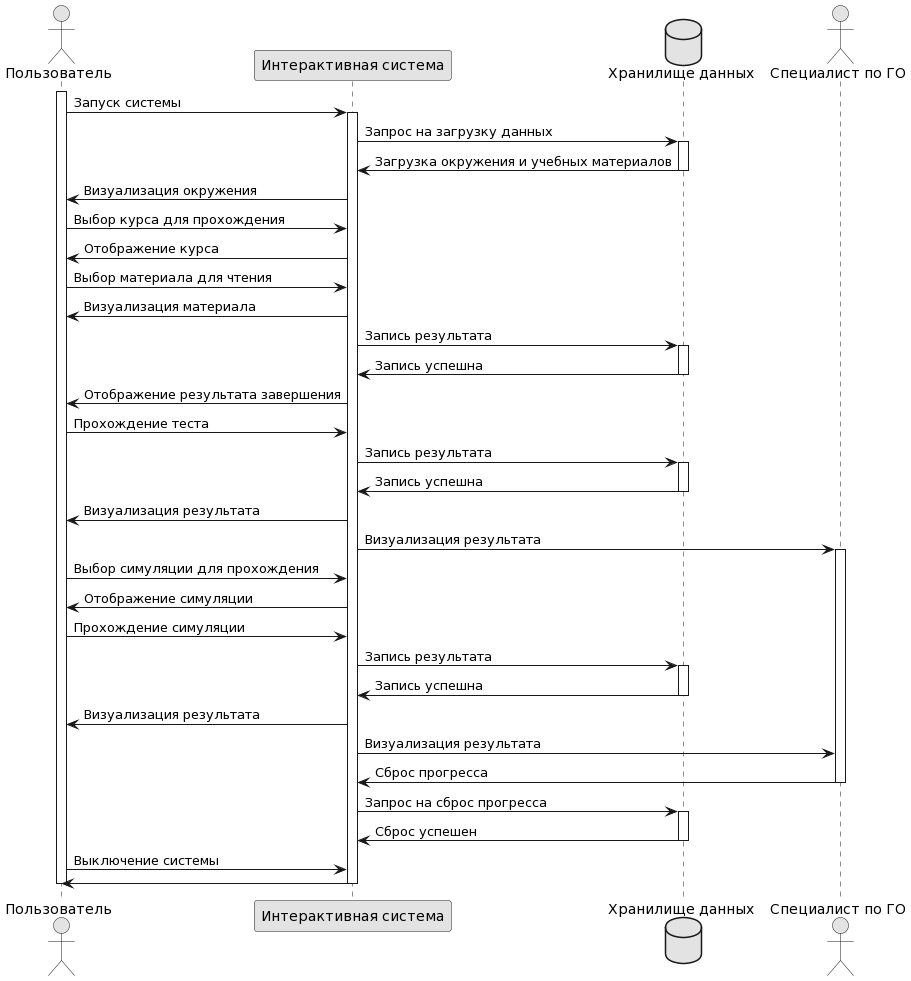
Earlier version of the PlantUML export Курсовой проект/Sequence.png (Allyxan/allyxan.github.io). The source it was exported from:
```plantuml
@startuml
skinparam monochrome true

actor Пользователь as user
participant "Интерактивная система" as ISO
database "Хранилище данных" as bd
actor "Специалист по ГО" as specialist

activate user

user -> ISO: Запуск системы
activate ISO
ISO -> bd: Запрос на загрузку данных
activate bd
bd -> ISO: Загрузка окружения и учебных материалов
deactivate bd
ISO -> user: Визуализация окружения
user -> ISO: Выбор курса для прохождения
ISO -> user: Отображение курса
user -> ISO: Выбор материала для чтения
ISO -> user: Визуализация материала
ISO -> bd: Запись результата
activate bd
bd -> ISO: Запись успешна
deactivate bd
ISO -> user: Отображение результата завершения
user -> ISO: Прохождение теста
ISO -> bd: Запись результата
activate bd
bd -> ISO: Запись успешна
deactivate bd
ISO -> user: Визуализация результата
ISO -> specialist: Визуализация результата
activate specialist
user -> ISO: Выбор симуляции для прохождения
ISO -> user: Отображение симуляции
user -> ISO: Прохождение симуляции
ISO -> bd: Запись результата
activate bd
bd -> ISO: Запись успешна
deactivate bd
ISO -> user: Визуализация результата
ISO -> specialist: Визуализация результата
specialist -> ISO: Сброс прогресса
deactivate specialist
ISO -> bd: Запрос на сброс прогресса
activate bd
bd -> ISO: Сброс успешен
deactivate bd
user -> ISO: Выключение системы
ISO -> user
deactivate ISO
deactivate user
@enduml
```
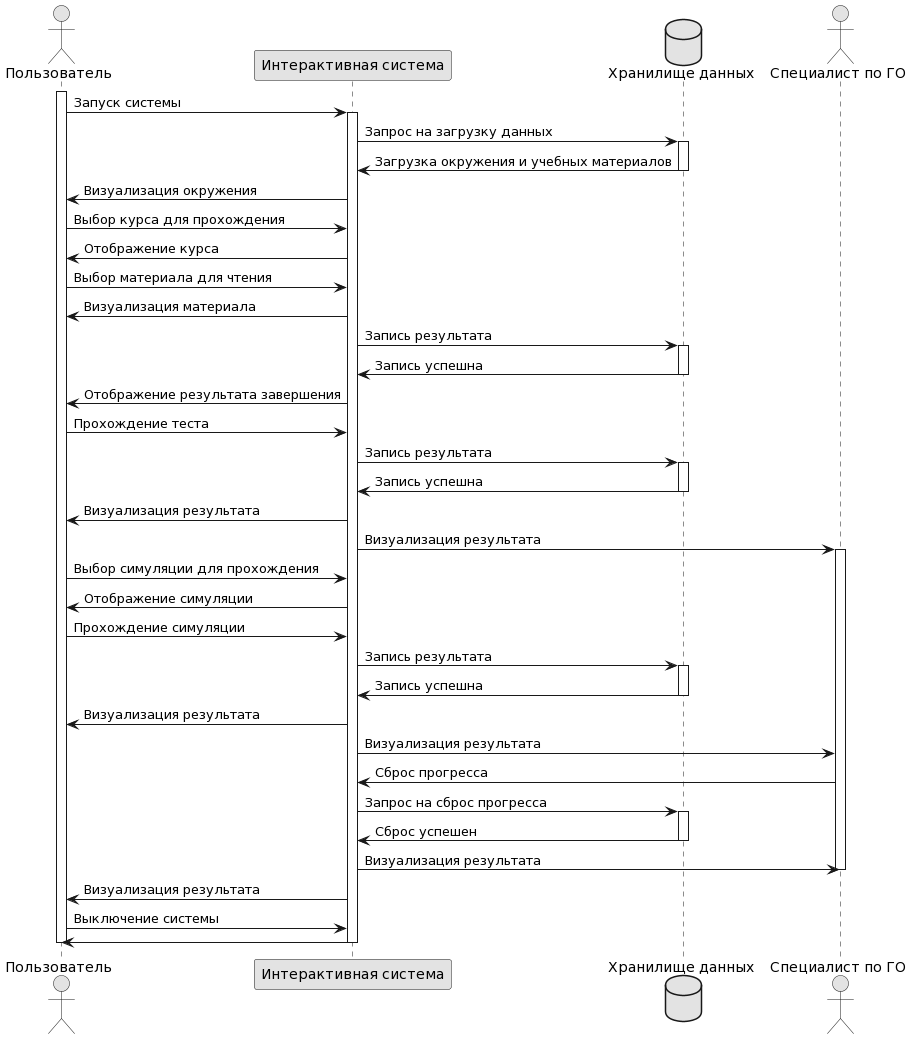
After the commit.

The edit, as a diff of the source:
```diff
@@ -7,7 +7,6 @@
 actor "Специалист по ГО" as specialist
 
 activate user
-
 user -> ISO: Запуск системы
 activate ISO
 ISO -> bd: Запрос на загрузку данных
@@ -42,11 +41,13 @@
 ISO -> user: Визуализация результата
 ISO -> specialist: Визуализация результата
 specialist -> ISO: Сброс прогресса
-deactivate specialist
 ISO -> bd: Запрос на сброс прогресса
 activate bd
 bd -> ISO: Сброс успешен
 deactivate bd
+ISO -> specialist: Визуализация результата
+deactivate specialist
+ISO -> user: Визуализация результата
 user -> ISO: Выключение системы
 ISO -> user
 deactivate ISO
```
